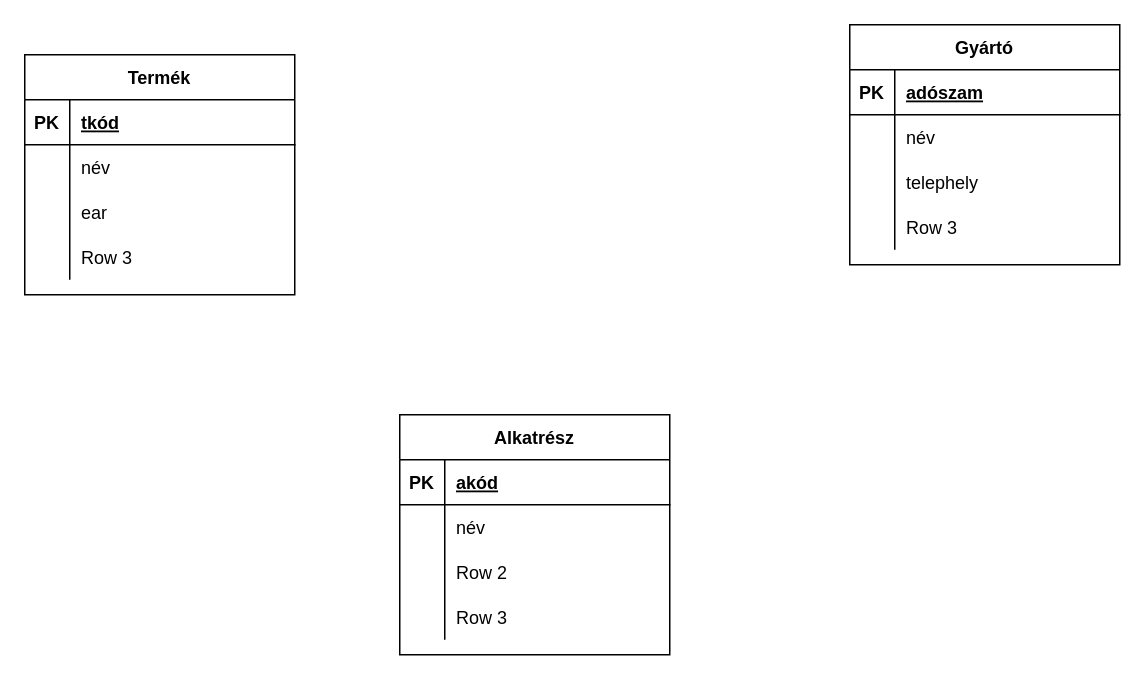
The draw.io diagram HEPMIU_1004/hepmiu:4.3.drawio in urbanoliver/HEPMIU_DB1Gyak, before the edit. Source tidied: cells renumbered, new cells numbered last; positions are measured from the earlier drawing's top-left corner, leaving out a move shared by most shapes. Both pictures are drawn from the tidied source at 150%, with x=0, y=0 at pixel (24, 24).
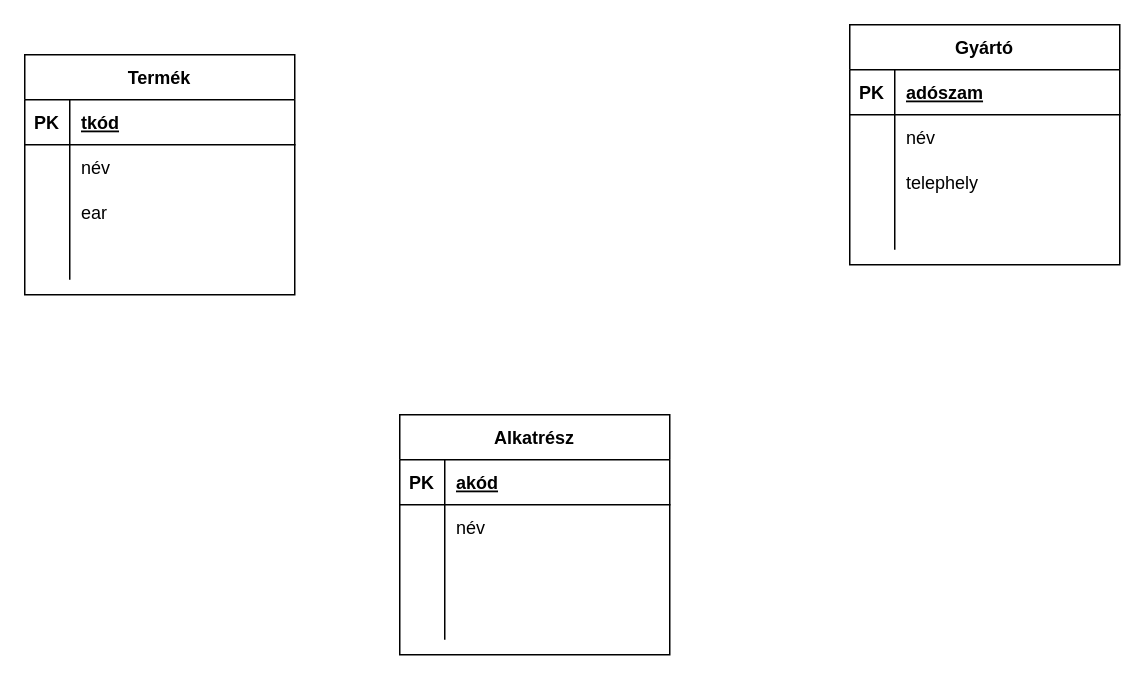
The same page after the edit.

The change refers to these unchanged cells:
```xml
<mxCell id="12" style="shape=tableRow;horizontal=0;startSize=0;swimlaneHead=0;swimlaneBody=0;fillColor=none;top=0;left=0;right=0;bottom=0;" parent="2" vertex="1">
  <mxGeometry y="120" width="180" height="30" as="geometry" />
</mxCell>
<mxCell id="25" style="shape=tableRow;horizontal=0;startSize=0;swimlaneHead=0;swimlaneBody=0;fillColor=none;top=0;left=0;right=0;bottom=0;" parent="15" vertex="1">
  <mxGeometry y="120" width="180" height="30" as="geometry" />
</mxCell>
<mxCell id="35" style="shape=tableRow;horizontal=0;startSize=0;swimlaneHead=0;swimlaneBody=0;fillColor=none;top=0;left=0;right=0;bottom=0;" parent="28" vertex="1">
  <mxGeometry y="90" width="180" height="30" as="geometry" />
</mxCell>
<mxCell id="38" style="shape=tableRow;horizontal=0;startSize=0;swimlaneHead=0;swimlaneBody=0;fillColor=none;top=0;left=0;right=0;bottom=0;" parent="28" vertex="1">
  <mxGeometry y="120" width="180" height="30" as="geometry" />
</mxCell>
```

The edit, as a diff of the source:
```diff
@@
-    <mxCell id="14" value="Row 3" style="shape=partialRectangle;fillColor=none;top=0;left=0;bottom=0;right=0;align=left;spacingLeft=6;overflow=hidden;" parent="12" vertex="1">
+    <mxCell id="14" style="shape=partialRectangle;fillColor=none;top=0;left=0;bottom=0;right=0;align=left;spacingLeft=6;overflow=hidden;" parent="12" vertex="1">
       <mxGeometry x="30" width="150" height="30" as="geometry" />
     </mxCell>
@@
-    <mxCell id="27" value="Row 3" style="shape=partialRectangle;fillColor=none;top=0;left=0;bottom=0;right=0;align=left;spacingLeft=6;overflow=hidden;" parent="25" vertex="1">
+    <mxCell id="27" style="shape=partialRectangle;fillColor=none;top=0;left=0;bottom=0;right=0;align=left;spacingLeft=6;overflow=hidden;" parent="25" vertex="1">
       <mxGeometry x="30" width="150" height="30" as="geometry" />
     </mxCell>
@@
-    <mxCell id="37" value="Row 2" style="shape=partialRectangle;fillColor=none;top=0;left=0;bottom=0;right=0;align=left;spacingLeft=6;overflow=hidden;" parent="35" vertex="1">
+    <mxCell id="37" style="shape=partialRectangle;fillColor=none;top=0;left=0;bottom=0;right=0;align=left;spacingLeft=6;overflow=hidden;" parent="35" vertex="1">
       <mxGeometry x="30" width="150" height="30" as="geometry" />
     </mxCell>
@@
-    <mxCell id="40" value="Row 3" style="shape=partialRectangle;fillColor=none;top=0;left=0;bottom=0;right=0;align=left;spacingLeft=6;overflow=hidden;" parent="38" vertex="1">
+    <mxCell id="40" style="shape=partialRectangle;fillColor=none;top=0;left=0;bottom=0;right=0;align=left;spacingLeft=6;overflow=hidden;" parent="38" vertex="1">
       <mxGeometry x="30" width="150" height="30" as="geometry" />
     </mxCell>
```
